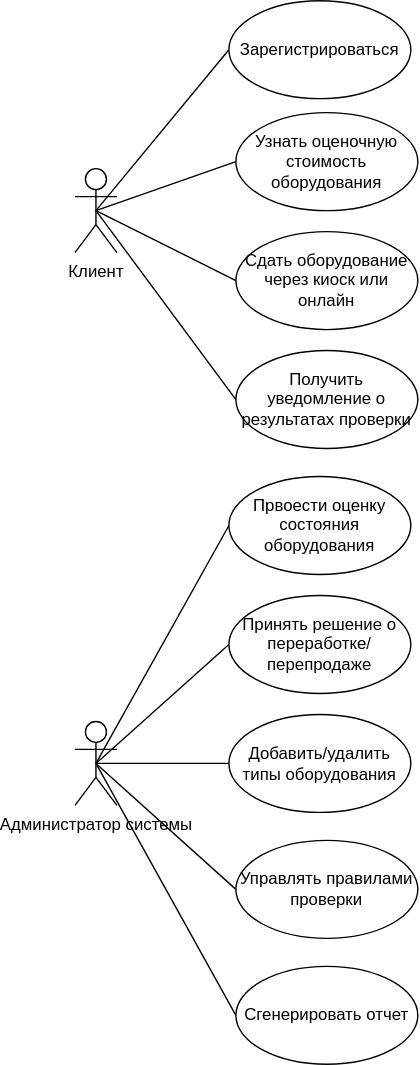
The draw.io diagram Lab Work №1/docs/diagram.svg in embersage/HSE-Software-Architecture, before a commit. Source tidied: cells renumbered, new cells last; positions are measured from the earlier drawing's top-left corner, leaving out a move shared by most shapes.
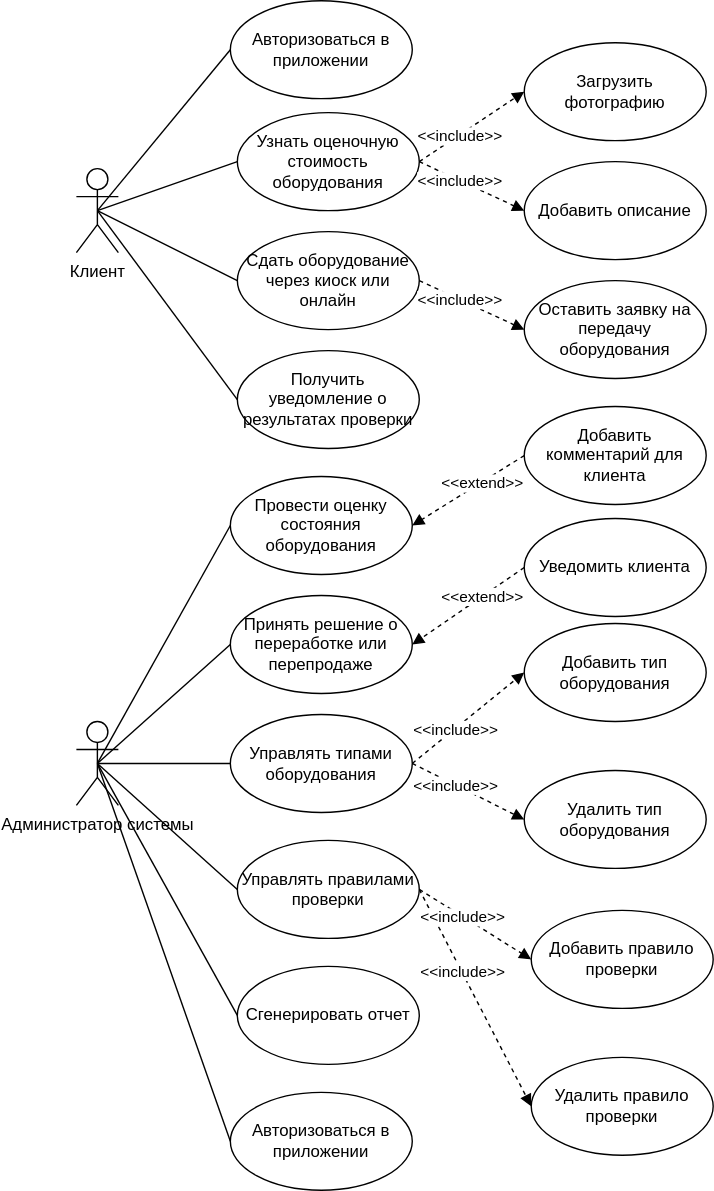
The same file after the commit.

Commit message:
LabWork1 Заменил диаграмму

The edit, as a diff of the source:
```diff
@@ -32,6 +32,9 @@
     <mxCell id="11" style="edgeStyle=none;html=1;exitX=0.5;exitY=0.5;exitDx=0;exitDy=0;exitPerimeter=0;entryX=0;entryY=0.5;entryDx=0;entryDy=0;endArrow=none;endFill=0;" parent="1" edge="1" source="12" target="21">
       <mxGeometry relative="1" as="geometry" />
     </mxCell>
+    <mxCell id="22" style="edgeStyle=none;html=1;exitX=0.5;exitY=0.5;exitDx=0;exitDy=0;exitPerimeter=0;entryX=0;entryY=0.5;entryDx=0;entryDy=0;endArrow=none;endFill=0;" parent="1" edge="1" source="12" target="32">
+      <mxGeometry relative="1" as="geometry" />
+    </mxCell>
     <mxCell id="12" value="Администратор системы" style="shape=umlActor;verticalLabelPosition=bottom;verticalAlign=top;html=1;outlineConnect=0;" parent="1" vertex="1">
       <mxGeometry y="515" width="30" height="60" as="geometry" />
     </mxCell>
@@ -44,23 +47,107 @@
     <mxCell id="15" value="Получить уведомление о результатах проверки" style="ellipse;whiteSpace=wrap;html=1;" parent="1" vertex="1">
       <mxGeometry x="115" y="250" width="130" height="70" as="geometry" />
     </mxCell>
-    <mxCell id="16" value="Првоести оценку состояния оборудования" style="ellipse;whiteSpace=wrap;html=1;" parent="1" vertex="1">
+    <mxCell id="16" value="Провести оценку состояния оборудования" style="ellipse;whiteSpace=wrap;html=1;" parent="1" vertex="1">
       <mxGeometry x="110" y="340" width="130" height="70" as="geometry" />
     </mxCell>
-    <mxCell id="17" value="Принять решение о переработке/перепродаже" style="ellipse;whiteSpace=wrap;html=1;" parent="1" vertex="1">
+    <mxCell id="17" value="Принять решение о переработке или перепродаже" style="ellipse;whiteSpace=wrap;html=1;" parent="1" vertex="1">
       <mxGeometry x="110" y="425" width="130" height="70" as="geometry" />
     </mxCell>
-    <mxCell id="18" value="Добавить/удалить типы оборудования" style="ellipse;whiteSpace=wrap;html=1;" parent="1" vertex="1">
+    <mxCell id="18" value="Управлять типами оборудования" style="ellipse;whiteSpace=wrap;html=1;" parent="1" vertex="1">
       <mxGeometry x="110" y="510" width="130" height="70" as="geometry" />
     </mxCell>
     <mxCell id="19" value="Управлять правилами проверки" style="ellipse;whiteSpace=wrap;html=1;" parent="1" vertex="1">
       <mxGeometry x="115" y="600" width="130" height="70" as="geometry" />
     </mxCell>
-    <mxCell id="20" value="Зарегистрироваться" style="ellipse;whiteSpace=wrap;html=1;" parent="1" vertex="1">
+    <mxCell id="20" value="Авторизоваться в приложении" style="ellipse;whiteSpace=wrap;html=1;" parent="1" vertex="1">
       <mxGeometry x="110" width="130" height="70" as="geometry" />
     </mxCell>
     <mxCell id="21" value="Сгенерировать отчет" style="ellipse;whiteSpace=wrap;html=1;" parent="1" vertex="1">
       <mxGeometry x="115" y="690" width="130" height="70" as="geometry" />
     </mxCell>
+    <mxCell id="23" style="edgeStyle=none;html=1;dashed=1;endArrow=block;endFill=1;entryX=0;entryY=0.5;entryDx=0;entryDy=0;exitX=1;exitY=0.5;exitDx=0;exitDy=0;" parent="1" edge="1" source="13" target="25">
+      <mxGeometry relative="1" as="geometry" />
+    </mxCell>
+    <mxCell id="24" value="&amp;lt;&amp;lt;include&amp;gt;&amp;gt;" style="edgeLabel;html=1;align=center;verticalAlign=middle;" parent="23" vertex="1">
+      <mxGeometry x="-0.25" relative="1" as="geometry" />
+    </mxCell>
+    <mxCell id="25" value="Загрузить фотографию" style="ellipse;whiteSpace=wrap;html=1;" parent="1" vertex="1">
+      <mxGeometry x="320" y="30" width="130" height="70" as="geometry" />
+    </mxCell>
+    <mxCell id="26" value="Добавить описание" style="ellipse;whiteSpace=wrap;html=1;" parent="1" vertex="1">
+      <mxGeometry x="320" y="115" width="130" height="70" as="geometry" />
+    </mxCell>
+    <mxCell id="27" style="edgeStyle=none;html=1;dashed=1;endArrow=block;endFill=1;entryX=0;entryY=0.5;entryDx=0;entryDy=0;exitX=1;exitY=0.5;exitDx=0;exitDy=0;" parent="1" edge="1" source="13" target="26">
+      <mxGeometry relative="1" as="geometry" />
+    </mxCell>
+    <mxCell id="28" value="&amp;lt;&amp;lt;include&amp;gt;&amp;gt;" style="edgeLabel;html=1;align=center;verticalAlign=middle;" parent="27" vertex="1">
+      <mxGeometry x="-0.25" relative="1" as="geometry" />
+    </mxCell>
+    <mxCell id="29" value="Оставить заявку на передачу оборудования" style="ellipse;whiteSpace=wrap;html=1;" parent="1" vertex="1">
+      <mxGeometry x="320" y="200" width="130" height="70" as="geometry" />
+    </mxCell>
+    <mxCell id="30" style="edgeStyle=none;html=1;dashed=1;endArrow=block;endFill=1;entryX=0;entryY=0.5;entryDx=0;entryDy=0;exitX=1;exitY=0.5;exitDx=0;exitDy=0;" parent="1" edge="1" source="14" target="29">
+      <mxGeometry relative="1" as="geometry" />
+    </mxCell>
+    <mxCell id="31" value="&amp;lt;&amp;lt;include&amp;gt;&amp;gt;" style="edgeLabel;html=1;align=center;verticalAlign=middle;" parent="30" vertex="1">
+      <mxGeometry x="-0.25" relative="1" as="geometry" />
+    </mxCell>
+    <mxCell id="32" value="Авторизоваться в приложении" style="ellipse;whiteSpace=wrap;html=1;" parent="1" vertex="1">
+      <mxGeometry x="110" y="780" width="130" height="70" as="geometry" />
+    </mxCell>
+    <mxCell id="33" value="Добавить тип оборудования" style="ellipse;whiteSpace=wrap;html=1;" parent="1" vertex="1">
+      <mxGeometry x="320" y="445" width="130" height="70" as="geometry" />
+    </mxCell>
+    <mxCell id="34" value="Удалить тип оборудования" style="ellipse;whiteSpace=wrap;html=1;" parent="1" vertex="1">
+      <mxGeometry x="320" y="550" width="130" height="70" as="geometry" />
+    </mxCell>
+    <mxCell id="35" style="edgeStyle=none;html=1;dashed=1;endArrow=block;endFill=1;entryX=0;entryY=0.5;entryDx=0;entryDy=0;exitX=1;exitY=0.5;exitDx=0;exitDy=0;" parent="1" edge="1" source="18" target="34">
+      <mxGeometry relative="1" as="geometry" />
+    </mxCell>
+    <mxCell id="36" value="&amp;lt;&amp;lt;include&amp;gt;&amp;gt;" style="edgeLabel;html=1;align=center;verticalAlign=middle;" parent="35" vertex="1">
+      <mxGeometry x="-0.25" relative="1" as="geometry" />
+    </mxCell>
+    <mxCell id="37" style="edgeStyle=none;html=1;dashed=1;endArrow=block;endFill=1;entryX=0;entryY=0.5;entryDx=0;entryDy=0;exitX=1;exitY=0.5;exitDx=0;exitDy=0;" parent="1" edge="1" source="18" target="33">
+      <mxGeometry relative="1" as="geometry" />
+    </mxCell>
+    <mxCell id="38" value="&amp;lt;&amp;lt;include&amp;gt;&amp;gt;" style="edgeLabel;html=1;align=center;verticalAlign=middle;" parent="37" vertex="1">
+      <mxGeometry x="-0.25" relative="1" as="geometry" />
+    </mxCell>
+    <mxCell id="39" value="Добавить комментарий для клиента" style="ellipse;whiteSpace=wrap;html=1;" parent="1" vertex="1">
+      <mxGeometry x="320" y="290" width="130" height="70" as="geometry" />
+    </mxCell>
+    <mxCell id="40" style="edgeStyle=none;html=1;dashed=1;endArrow=block;endFill=1;entryX=1;entryY=0.5;entryDx=0;entryDy=0;exitX=0;exitY=0.5;exitDx=0;exitDy=0;" parent="1" edge="1" source="39" target="16">
+      <mxGeometry relative="1" as="geometry" />
+    </mxCell>
+    <mxCell id="41" value="&amp;lt;&amp;lt;extend&amp;gt;&amp;gt;" style="edgeLabel;html=1;align=center;verticalAlign=middle;" parent="40" vertex="1">
+      <mxGeometry x="-0.25" relative="1" as="geometry" />
+    </mxCell>
+    <mxCell id="42" value="Добавить правило проверки" style="ellipse;whiteSpace=wrap;html=1;" parent="1" vertex="1">
+      <mxGeometry x="325" y="650" width="130" height="70" as="geometry" />
+    </mxCell>
+    <mxCell id="43" value="Удалить правило проверки" style="ellipse;whiteSpace=wrap;html=1;" parent="1" vertex="1">
+      <mxGeometry x="325" y="755" width="130" height="70" as="geometry" />
+    </mxCell>
+    <mxCell id="44" style="edgeStyle=none;html=1;dashed=1;endArrow=block;endFill=1;entryX=0;entryY=0.5;entryDx=0;entryDy=0;exitX=1;exitY=0.5;exitDx=0;exitDy=0;" parent="1" edge="1" source="19" target="43">
+      <mxGeometry relative="1" as="geometry" />
+    </mxCell>
+    <mxCell id="45" value="&amp;lt;&amp;lt;include&amp;gt;&amp;gt;" style="edgeLabel;html=1;align=center;verticalAlign=middle;" parent="44" vertex="1">
+      <mxGeometry x="-0.25" relative="1" as="geometry" />
+    </mxCell>
+    <mxCell id="46" style="edgeStyle=none;html=1;dashed=1;endArrow=block;endFill=1;entryX=0;entryY=0.5;entryDx=0;entryDy=0;exitX=1;exitY=0.5;exitDx=0;exitDy=0;" parent="1" edge="1" source="19" target="42">
+      <mxGeometry relative="1" as="geometry" />
+    </mxCell>
+    <mxCell id="47" value="&amp;lt;&amp;lt;include&amp;gt;&amp;gt;" style="edgeLabel;html=1;align=center;verticalAlign=middle;" parent="46" vertex="1">
+      <mxGeometry x="-0.25" relative="1" as="geometry" />
+    </mxCell>
+    <mxCell id="48" value="Уведомить клиента" style="ellipse;whiteSpace=wrap;html=1;" parent="1" vertex="1">
+      <mxGeometry x="320" y="370" width="130" height="70" as="geometry" />
+    </mxCell>
+    <mxCell id="49" style="edgeStyle=none;html=1;dashed=1;endArrow=block;endFill=1;entryX=1;entryY=0.5;entryDx=0;entryDy=0;exitX=0;exitY=0.5;exitDx=0;exitDy=0;" parent="1" edge="1" source="48" target="17">
+      <mxGeometry relative="1" as="geometry" />
+    </mxCell>
+    <mxCell id="50" value="&amp;lt;&amp;lt;extend&amp;gt;&amp;gt;" style="edgeLabel;html=1;align=center;verticalAlign=middle;" parent="49" vertex="1">
+      <mxGeometry x="-0.25" relative="1" as="geometry" />
+    </mxCell>
   </root>
 </mxGraphModel>
```
